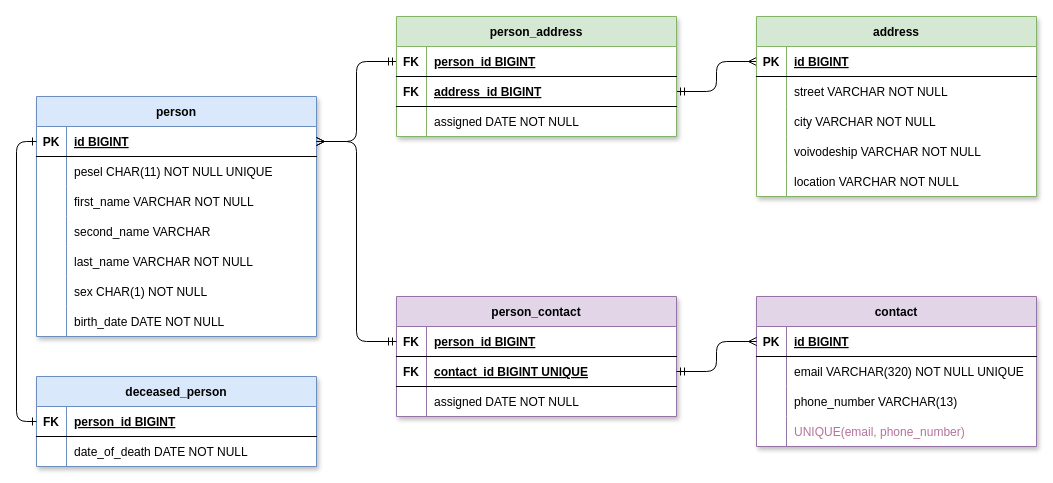
Before: database/diagrams/fakers_db.drawio in bkosm/fakers, a draw.io diagram. Source tidied: cells renumbered, new cells numbered last; positions are measured from the earlier drawing's top-left corner, leaving out a move shared by most shapes. Both pictures are drawn from the tidied source at 100%, with x=0, y=0 at pixel (36, 16).
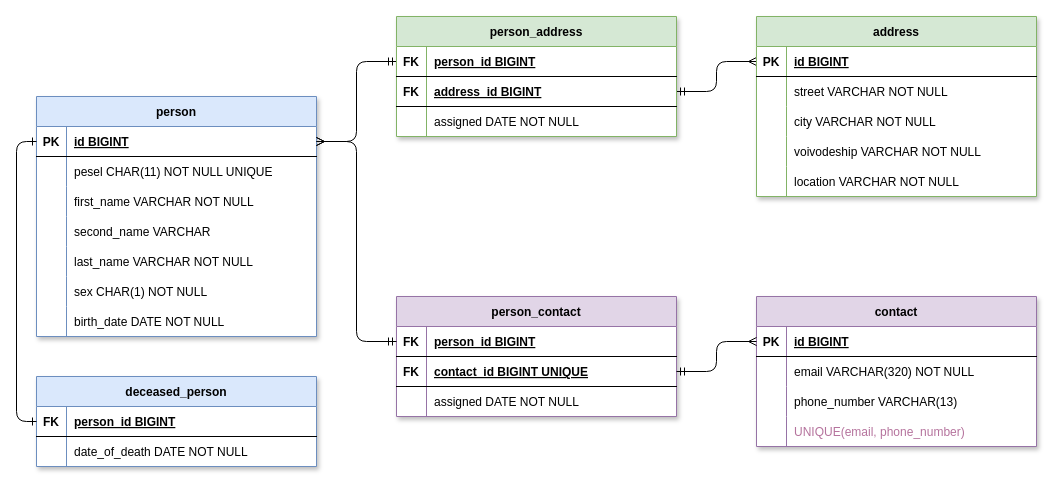
After the change.

Unchanged cells that the change refers to:
```xml
<mxCell id="38" style="shape=partialRectangle;fillColor=none;top=0;left=0;right=0;bottom=0;" parent="34" vertex="1">
  <mxGeometry y="60" width="280" height="30" as="geometry" />
</mxCell>
```

Diff of the diagram source:
```diff
@@
-    <mxCell id="40" value="email VARCHAR(320) NOT NULL UNIQUE" style="shape=partialRectangle;overflow=hidden;fillColor=none;top=0;left=0;bottom=0;right=0;align=left;spacingLeft=6;" parent="38" vertex="1">
+    <mxCell id="40" value="email VARCHAR(320) NOT NULL" style="shape=partialRectangle;overflow=hidden;fillColor=none;top=0;left=0;bottom=0;right=0;align=left;spacingLeft=6;" parent="38" vertex="1">
       <mxGeometry x="30" width="250" height="30" as="geometry" />
     </mxCell>
```
